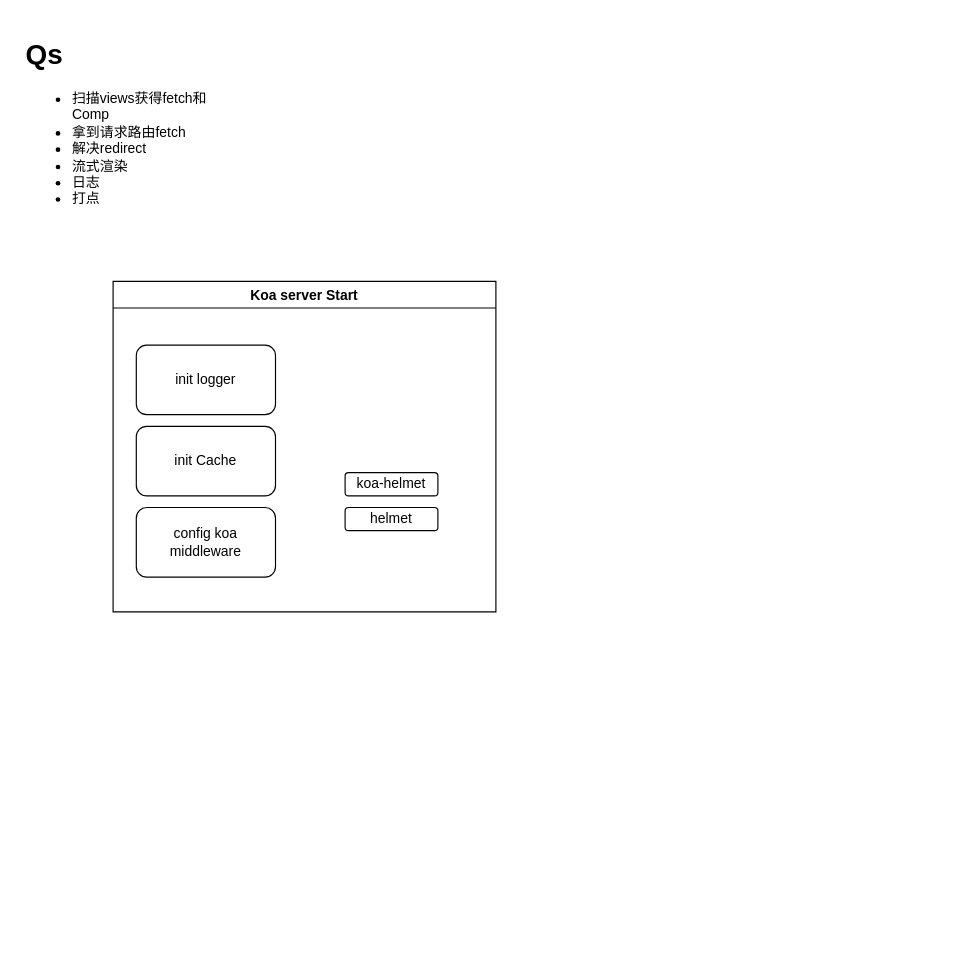
Before: ssr/Untitled Diagram.drawio in liaoyeguo/diagrams-repo, a draw.io diagram. Source tidied: cells renumbered, new cells numbered last; positions are measured from the earlier drawing's top-left corner, leaving out a move shared by most shapes. Both pictures are drawn from the tidied source at 116%, with x=0, y=0 at pixel (20, 31).
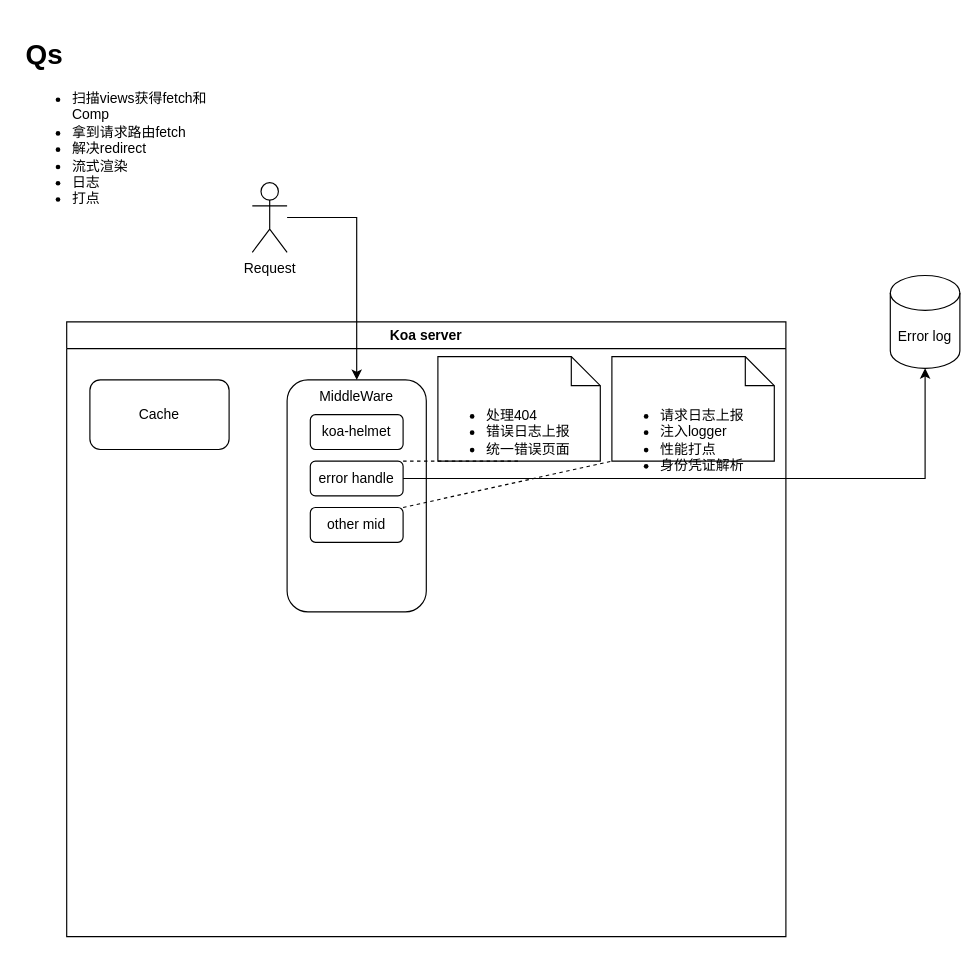
The same page after the edit.

Change to the diagram source:
```diff
@@
 <mxGraphModel>
   <root>
     <mxCell id="0" />
     <mxCell id="1" parent="0" />
-    <mxCell id="2" value="&lt;h1&gt;Qs&lt;/h1&gt;&lt;p&gt;&lt;/p&gt;&lt;ul&gt;&lt;li&gt;扫描views获得fetch和Comp&lt;/li&gt;&lt;li&gt;拿到请求路由fetch&lt;/li&gt;&lt;li&gt;解决redirect&lt;/li&gt;&lt;li&gt;流式渲染&lt;/li&gt;&lt;li&gt;日志&lt;/li&gt;&lt;li&gt;打点&lt;/li&gt;&lt;/ul&gt;&lt;p&gt;&lt;/p&gt;" style="text;html=1;strokeColor=none;fillColor=none;spacing=5;spacingTop=-20;whiteSpace=wrap;overflow=hidden;rounded=0;" parent="1" vertex="1">
-      <mxGeometry width="190" height="150" as="geometry" />
-    </mxCell>
-    <mxCell id="3" value="init logger" style="rounded=1;whiteSpace=wrap;html=1;" parent="1" vertex="1">
-      <mxGeometry x="100" y="270" width="120" height="60" as="geometry" />
-    </mxCell>
+    <mxCell id="5" value="Koa server" style="swimlane;" parent="1" vertex="1">
+      <mxGeometry x="40" y="250" width="620" height="530" as="geometry" />
+    </mxCell>
-    <mxCell id="4" value="init Cache" style="rounded=1;whiteSpace=wrap;html=1;" parent="1" vertex="1">
-      <mxGeometry x="100" y="340" width="120" height="60" as="geometry" />
+    <mxCell id="4" value="Cache" style="rounded=1;whiteSpace=wrap;html=1;" parent="5" vertex="1">
+      <mxGeometry x="20" y="50" width="120" height="60" as="geometry" />
     </mxCell>
-    <mxCell id="5" value="Koa server Start" style="swimlane;" parent="1" vertex="1">
-      <mxGeometry x="80" y="215" width="330" height="285" as="geometry" />
-    </mxCell>
-    <mxCell id="6" value="config koa middleware&lt;br&gt;" style="rounded=1;whiteSpace=wrap;html=1;" parent="5" vertex="1">
-      <mxGeometry x="20" y="195" width="120" height="60" as="geometry" />
-    </mxCell>
+    <mxCell id="9" style="group;" parent="5" vertex="1">
+      <mxGeometry x="190" y="50" width="120" height="200" as="geometry" />
+    </mxCell>
+    <mxCell id="10" style="rounded=1;whiteSpace=wrap;html=1;" parent="9" vertex="1">
+      <mxGeometry width="120" height="200" as="geometry" />
+    </mxCell>
-    <mxCell id="7" value="koa-helmet" style="rounded=1;whiteSpace=wrap;html=1;" parent="5" vertex="1">
-      <mxGeometry x="200" y="165" width="80" height="20" as="geometry" />
+    <mxCell id="7" value="koa-helmet" style="rounded=1;whiteSpace=wrap;html=1;" parent="9" vertex="1">
+      <mxGeometry x="20" y="30" width="80" height="30" as="geometry" />
     </mxCell>
-    <mxCell id="8" value="helmet" style="rounded=1;whiteSpace=wrap;html=1;" parent="5" vertex="1">
-      <mxGeometry x="200" y="195" width="80" height="20" as="geometry" />
+    <mxCell id="8" value="error handle" style="rounded=1;whiteSpace=wrap;html=1;" parent="9" vertex="1">
+      <mxGeometry x="20" y="70" width="80" height="30" as="geometry" />
     </mxCell>
+    <mxCell id="11" value="MiddleWare" style="text;html=1;strokeColor=none;fillColor=none;align=center;verticalAlign=middle;whiteSpace=wrap;rounded=0;" parent="9" vertex="1">
+      <mxGeometry x="30" width="60" height="30" as="geometry" />
+    </mxCell>
+    <mxCell id="12" value="other mid" style="rounded=1;whiteSpace=wrap;html=1;" parent="9" vertex="1">
+      <mxGeometry x="20" y="110" width="80" height="30" as="geometry" />
+    </mxCell>
+    <mxCell id="13" value="&lt;ul&gt;&lt;li&gt;处理404&lt;/li&gt;&lt;li&gt;错误日志上报&lt;/li&gt;&lt;li&gt;统一错误页面&lt;/li&gt;&lt;/ul&gt;" style="shape=note2;boundedLbl=1;whiteSpace=wrap;html=1;size=25;verticalAlign=top;align=left;" parent="5" vertex="1">
+      <mxGeometry x="320" y="30" width="140" height="90" as="geometry" />
+    </mxCell>
+    <mxCell id="14" style="endArrow=none;dashed=1;html=1;rounded=0;exitX=1;exitY=0;exitDx=0;exitDy=0;entryX=0.5;entryY=1;entryDx=0;entryDy=0;entryPerimeter=0;" parent="5" edge="1" source="8" target="13">
+      <mxGeometry relative="1" as="geometry" />
+    </mxCell>
+    <mxCell id="15" value="&lt;ul&gt;&lt;li&gt;请求日志上报&lt;/li&gt;&lt;li&gt;注入logger&lt;/li&gt;&lt;li&gt;性能打点&lt;/li&gt;&lt;li&gt;身份凭证解析&lt;/li&gt;&lt;/ul&gt;" style="shape=note2;boundedLbl=1;whiteSpace=wrap;html=1;size=25;verticalAlign=top;align=left;" parent="5" vertex="1">
+      <mxGeometry x="470" y="30" width="140" height="90" as="geometry" />
+    </mxCell>
+    <mxCell id="16" style="endArrow=none;dashed=1;html=1;rounded=0;exitX=1;exitY=0;exitDx=0;exitDy=0;entryX=0;entryY=1;entryDx=0;entryDy=0;entryPerimeter=0;" parent="5" edge="1" source="12" target="15">
+      <mxGeometry relative="1" as="geometry" />
+    </mxCell>
+    <mxCell id="2" value="&lt;h1&gt;Qs&lt;/h1&gt;&lt;p&gt;&lt;/p&gt;&lt;ul&gt;&lt;li&gt;扫描views获得fetch和Comp&lt;/li&gt;&lt;li&gt;拿到请求路由fetch&lt;/li&gt;&lt;li&gt;解决redirect&lt;/li&gt;&lt;li&gt;流式渲染&lt;/li&gt;&lt;li&gt;日志&lt;/li&gt;&lt;li&gt;打点&lt;/li&gt;&lt;/ul&gt;&lt;p&gt;&lt;/p&gt;" style="text;html=1;strokeColor=none;fillColor=none;spacing=5;spacingTop=-20;whiteSpace=wrap;overflow=hidden;rounded=0;" parent="1" vertex="1">
+      <mxGeometry width="190" height="150" as="geometry" />
+    </mxCell>
+    <mxCell id="17" value="Error log" style="shape=cylinder3;whiteSpace=wrap;html=1;boundedLbl=1;backgroundOutline=1;size=15;" parent="1" vertex="1">
+      <mxGeometry x="750" y="210" width="60" height="80" as="geometry" />
+    </mxCell>
+    <mxCell id="18" style="edgeStyle=orthogonalEdgeStyle;rounded=0;jettySize=auto;html=1;exitX=1;exitY=0.5;exitDx=0;exitDy=0;entryX=0.5;entryY=1;entryDx=0;entryDy=0;entryPerimeter=0;" parent="1" edge="1" source="8" target="17">
+      <mxGeometry relative="1" as="geometry" />
+    </mxCell>
+    <mxCell id="19" style="edgeStyle=orthogonalEdgeStyle;rounded=0;jettySize=auto;html=1;entryX=0.5;entryY=0;entryDx=0;entryDy=0;" parent="1" edge="1" source="20" target="11">
+      <mxGeometry relative="1" as="geometry" />
+    </mxCell>
+    <mxCell id="20" value="Request&lt;br&gt;" style="shape=umlActor;verticalLabelPosition=bottom;verticalAlign=top;html=1;outlineConnect=0;" parent="1" vertex="1">
+      <mxGeometry x="200" y="130" width="30" height="60" as="geometry" />
+    </mxCell>
   </root>
 </mxGraphModel>
```
